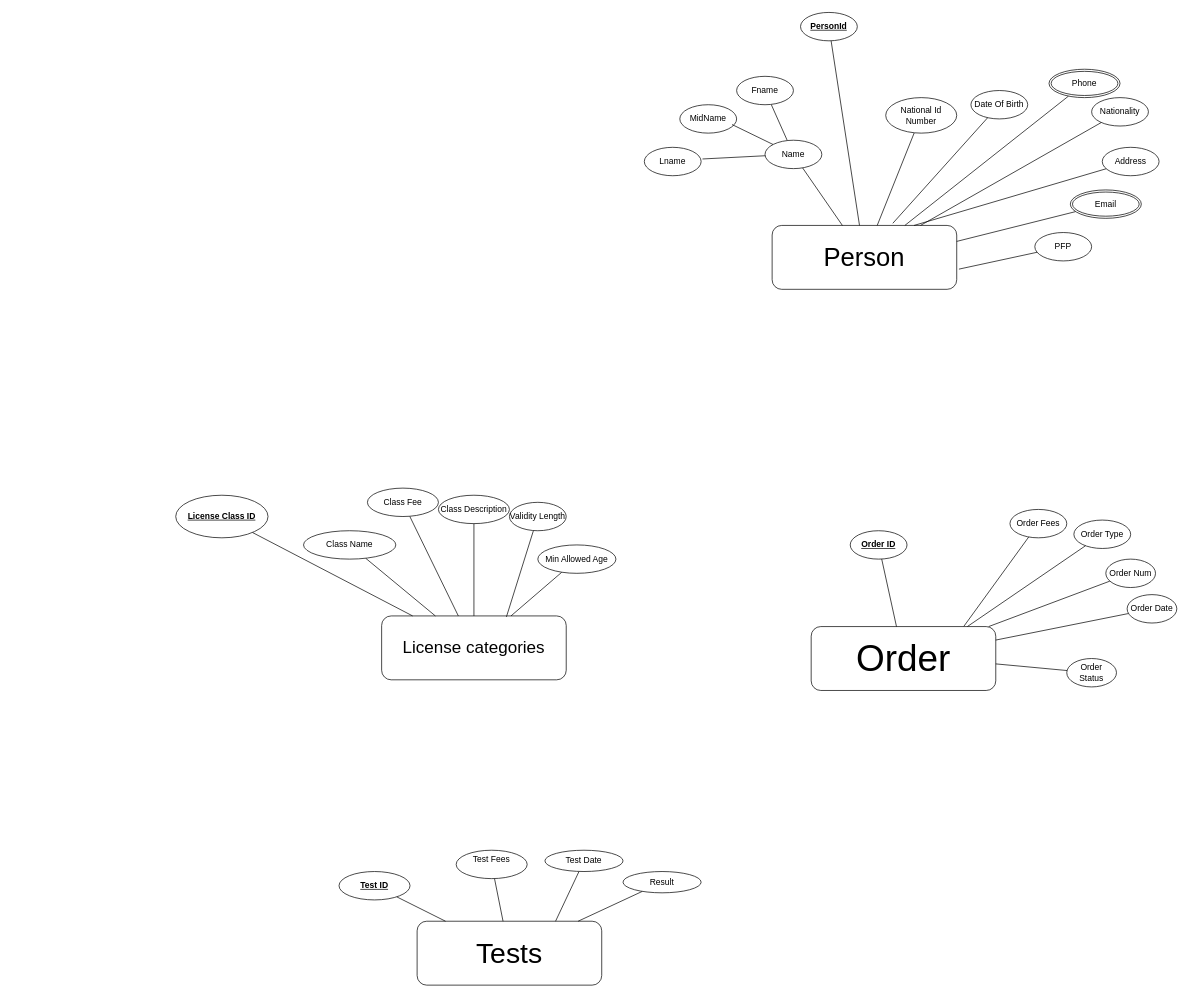
The draw.io diagram Initial Db Design/ERD.drawio in osama-dev2206/DLVD-System, before the edit. Source tidied: cells renumbered, new cells numbered last; positions are measured from the earlier drawing's top-left corner, leaving out a move shared by most shapes. Both pictures are drawn from the tidied source at 71%, with x=0, y=0 at pixel (175, 12).
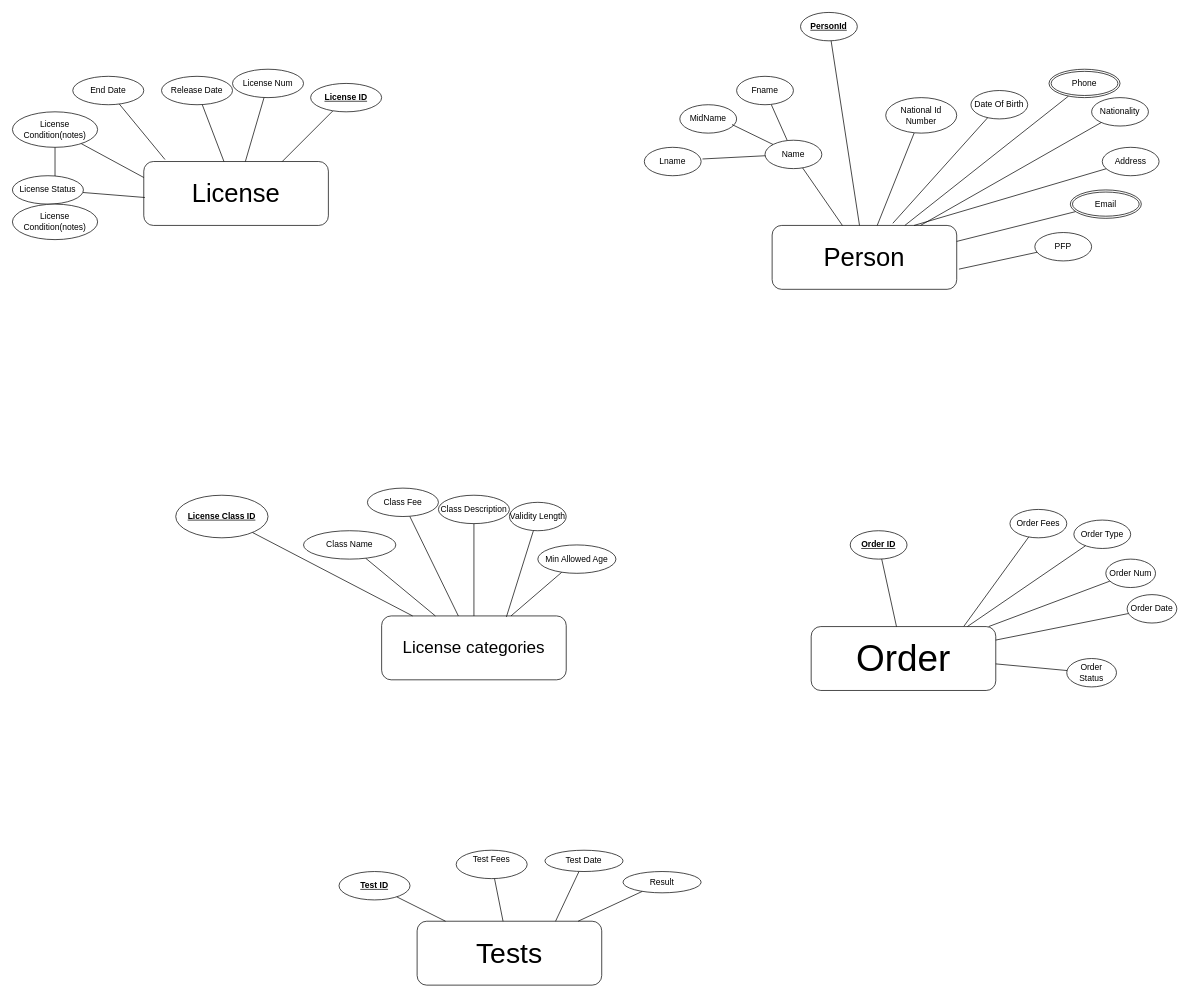
The same page after the edit.

Change to the diagram source:
```diff
@@
+    <mxCell id="62" value="&lt;font style=&quot;font-size: 36px;&quot;&gt;License&lt;/font&gt;&lt;font style=&quot;font-size: 24px;&quot;&gt; &lt;/font&gt;" style="rounded=1;whiteSpace=wrap;html=1;" parent="1" vertex="1">
+      <mxGeometry x="-45" y="210" width="260" height="90" as="geometry" />
+    </mxCell>
+    <mxCell id="63" style="rounded=0;jettySize=auto;html=1;entryX=0.75;entryY=0;entryDx=0;entryDy=0;endArrow=none;endFill=0;" parent="1" edge="1" source="64" target="62">
+      <mxGeometry relative="1" as="geometry" />
+    </mxCell>
+    <mxCell id="64" value="&lt;b&gt;&lt;u&gt;License ID&lt;/u&gt;&lt;/b&gt;" style="ellipse;whiteSpace=wrap;html=1;shapeInside=1;" parent="1" vertex="1">
+      <mxGeometry x="190" y="100" width="100" height="40" as="geometry" />
+    </mxCell>
+    <mxCell id="65" style="rounded=0;jettySize=auto;html=1;endArrow=none;endFill=0;" parent="1" edge="1" source="66" target="62">
+      <mxGeometry relative="1" as="geometry" />
+    </mxCell>
+    <mxCell id="66" value="License Num" style="ellipse;whiteSpace=wrap;html=1;shapeInside=1;" parent="1" vertex="1">
+      <mxGeometry x="80" y="80" width="100" height="40" as="geometry" />
+    </mxCell>
+    <mxCell id="67" style="rounded=0;jettySize=auto;html=1;endArrow=none;endFill=0;" parent="1" edge="1" source="68" target="62">
+      <mxGeometry relative="1" as="geometry" />
+    </mxCell>
+    <mxCell id="68" value="Release Date" style="ellipse;whiteSpace=wrap;html=1;shapeInside=1;" parent="1" vertex="1">
+      <mxGeometry x="-20" y="90" width="100" height="40" as="geometry" />
+    </mxCell>
+    <mxCell id="69" value="End Date" style="ellipse;whiteSpace=wrap;html=1;shapeInside=1;" parent="1" vertex="1">
+      <mxGeometry x="-145" y="90" width="100" height="40" as="geometry" />
+    </mxCell>
+    <mxCell id="70" style="rounded=0;jettySize=auto;html=1;entryX=0.115;entryY=-0.031;entryDx=0;entryDy=0;entryPerimeter=0;endArrow=none;endFill=0;" parent="1" edge="1" source="69" target="62">
+      <mxGeometry relative="1" as="geometry" />
+    </mxCell>
+    <mxCell id="71" style="rounded=0;jettySize=auto;html=1;entryX=0;entryY=0.25;entryDx=0;entryDy=0;endArrow=none;endFill=0;" parent="1" edge="1" source="73" target="62">
+      <mxGeometry relative="1" as="geometry" />
+    </mxCell>
+    <mxCell id="72" style="edgeStyle=orthogonalEdgeStyle;rounded=0;jettySize=auto;html=1;" parent="1" edge="1" source="73" target="76">
+      <mxGeometry relative="1" as="geometry" />
+    </mxCell>
+    <mxCell id="73" value="License Condition(notes)" style="ellipse;whiteSpace=wrap;html=1;shapeInside=1;" parent="1" vertex="1">
+      <mxGeometry x="-230" y="140" width="120" height="50" as="geometry" />
+    </mxCell>
+    <mxCell id="74" style="rounded=0;jettySize=auto;html=1;endArrow=none;endFill=0;entryX=0.006;entryY=0.563;entryDx=0;entryDy=0;entryPerimeter=0;" parent="1" edge="1" source="75" target="62">
+      <mxGeometry relative="1" as="geometry" />
+    </mxCell>
+    <mxCell id="75" value="License Status" style="ellipse;whiteSpace=wrap;html=1;shapeInside=1;" parent="1" vertex="1">
+      <mxGeometry x="-230" y="230" width="100" height="40" as="geometry" />
+    </mxCell>
+    <mxCell id="76" value="License Condition(notes)" style="ellipse;whiteSpace=wrap;html=1;shapeInside=1;" parent="1" vertex="1">
+      <mxGeometry x="-230" y="270" width="120" height="50" as="geometry" />
+    </mxCell>
```
